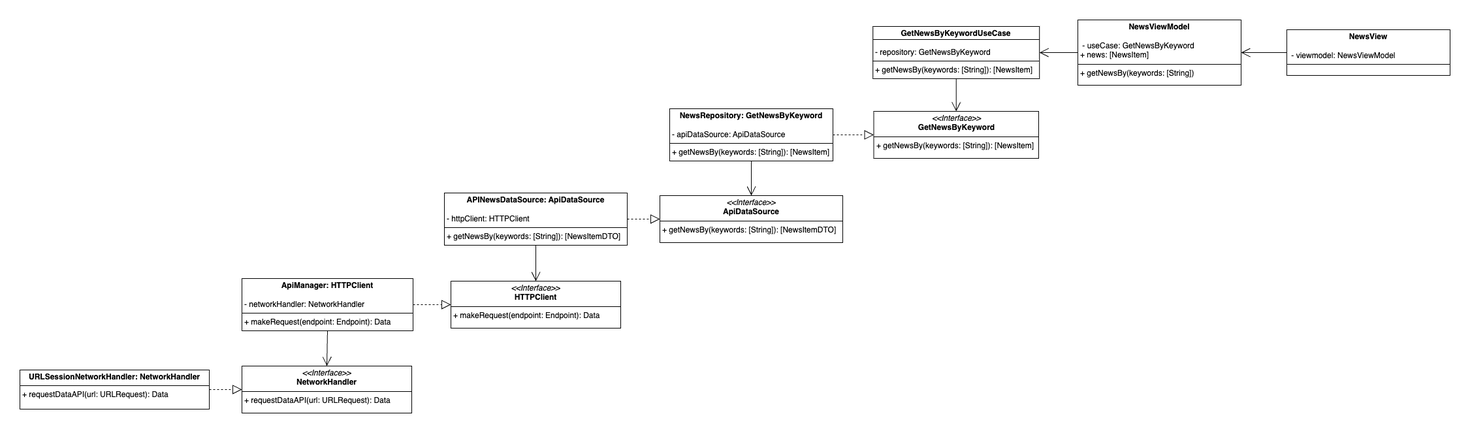
The draw.io diagram 002_clean_architecture/images/uml1_white.png in josemortizs/ArticulosTecnicos, before a commit. Source tidied: cells renumbered, new cells last; positions are measured from the earlier drawing's top-left corner, leaving out a move shared by most shapes. Its diagram source:
```xml
<mxGraphModel>
  <root>
    <mxCell id="0" />
    <mxCell id="1" parent="0" />
    <mxCell id="2" value="&lt;p style=&quot;margin:0px;margin-top:4px;text-align:center;&quot;&gt;&lt;b&gt;GetNewsByKeywordUseCase&lt;/b&gt;&lt;/p&gt;&lt;p style=&quot;margin:0px;margin-left:4px;&quot;&gt;&lt;br&gt;&lt;/p&gt;&lt;p style=&quot;margin:0px;margin-left:4px;&quot;&gt;- repository: GetNewsByKeyword&lt;/p&gt;&lt;hr size=&quot;1&quot; style=&quot;border-style:solid;&quot;&gt;&lt;p style=&quot;margin:0px;margin-left:4px;&quot;&gt;+ getNewsBy(keywords: [String]): [NewsItem]&lt;br&gt;&lt;/p&gt;" style="verticalAlign=top;align=left;overflow=fill;html=1;whiteSpace=wrap;" parent="1" vertex="1">
      <mxGeometry x="1306.2" y="10" width="255" height="80" as="geometry" />
    </mxCell>
    <mxCell id="3" style="endArrow=none;html=1;rounded=0;exitX=1;exitY=0.25;exitDx=0;exitDy=0;entryX=0;entryY=0.25;entryDx=0;entryDy=0;" parent="1" edge="1" source="2" target="2">
      <mxGeometry relative="1" as="geometry" />
    </mxCell>
    <mxCell id="4" value="&lt;p style=&quot;margin:0px;margin-top:4px;text-align:center;&quot;&gt;&lt;i&gt;&amp;lt;&amp;lt;Interface&amp;gt;&amp;gt;&lt;/i&gt;&lt;br&gt;&lt;b&gt;GetNewsByKeyword&lt;/b&gt;&lt;/p&gt;&lt;hr size=&quot;1&quot; style=&quot;border-style:solid;&quot;&gt;&lt;p style=&quot;margin:0px;margin-left:4px;&quot;&gt;&lt;span style=&quot;background-color: initial;&quot;&gt;+ getNewsBy(keywords: [String]): [&lt;/span&gt;NewsItem&lt;span style=&quot;background-color: initial;&quot;&gt;]&lt;/span&gt;&lt;br&gt;&lt;/p&gt;" style="verticalAlign=top;align=left;overflow=fill;html=1;whiteSpace=wrap;" parent="1" vertex="1">
      <mxGeometry x="1307.5" y="140" width="252.5" height="72" as="geometry" />
    </mxCell>
    <mxCell id="5" value="&lt;p style=&quot;margin:0px;margin-top:4px;text-align:center;&quot;&gt;&lt;b&gt;NewsRepository: GetNewsByKeyword&lt;/b&gt;&lt;/p&gt;&lt;p style=&quot;margin:0px;margin-left:4px;&quot;&gt;&lt;br&gt;&lt;/p&gt;&lt;p style=&quot;margin:0px;margin-left:4px;&quot;&gt;- apiDataSource: ApiDataSource&lt;/p&gt;&lt;hr size=&quot;1&quot; style=&quot;border-style:solid;&quot;&gt;&lt;p style=&quot;margin:0px;margin-left:4px;&quot;&gt;+ getNewsBy(keywords: [String]): [NewsItem]&lt;/p&gt;" style="verticalAlign=top;align=left;overflow=fill;html=1;whiteSpace=wrap;" parent="1" vertex="1">
      <mxGeometry x="995" y="136" width="250" height="80" as="geometry" />
    </mxCell>
    <mxCell id="6" style="endArrow=open;endFill=1;endSize=12;html=1;rounded=0;exitX=0.5;exitY=1;exitDx=0;exitDy=0;entryX=0.5;entryY=0;entryDx=0;entryDy=0;" parent="1" edge="1" source="2" target="4">
      <mxGeometry relative="1" as="geometry" />
    </mxCell>
    <mxCell id="7" style="endArrow=block;dashed=1;endFill=0;endSize=12;html=1;rounded=0;exitX=1;exitY=0.5;exitDx=0;exitDy=0;entryX=0;entryY=0.5;entryDx=0;entryDy=0;" parent="1" edge="1" source="5" target="4">
      <mxGeometry relative="1" as="geometry" />
    </mxCell>
    <mxCell id="8" value="&lt;p style=&quot;margin:0px;margin-top:4px;text-align:center;&quot;&gt;&lt;i&gt;&amp;lt;&amp;lt;Interface&amp;gt;&amp;gt;&lt;/i&gt;&lt;br&gt;&lt;b&gt;ApiDataSource&lt;/b&gt;&lt;/p&gt;&lt;hr size=&quot;1&quot; style=&quot;border-style:solid;&quot;&gt;&lt;p style=&quot;margin:0px;margin-left:4px;&quot;&gt;&lt;span style=&quot;background-color: initial;&quot;&gt;+ getNewsBy(keywords: [String]): [&lt;/span&gt;NewsItemDTO&lt;span style=&quot;background-color: initial;&quot;&gt;]&lt;/span&gt;&lt;br&gt;&lt;/p&gt;" style="verticalAlign=top;align=left;overflow=fill;html=1;whiteSpace=wrap;" parent="1" vertex="1">
      <mxGeometry x="980" y="269" width="280" height="72" as="geometry" />
    </mxCell>
    <mxCell id="9" style="endArrow=open;endFill=1;endSize=12;html=1;rounded=0;exitX=0.5;exitY=1;exitDx=0;exitDy=0;entryX=0.5;entryY=0;entryDx=0;entryDy=0;" parent="1" edge="1" source="5" target="8">
      <mxGeometry relative="1" as="geometry" />
    </mxCell>
    <mxCell id="10" value="&lt;p style=&quot;margin:0px;margin-top:4px;text-align:center;&quot;&gt;&lt;b&gt;APINewsDataSource: ApiDataSource&lt;/b&gt;&lt;/p&gt;&lt;p style=&quot;margin:0px;margin-left:4px;&quot;&gt;&lt;br&gt;&lt;/p&gt;&lt;p style=&quot;margin:0px;margin-left:4px;&quot;&gt;- httpClient: HTTPClient&lt;/p&gt;&lt;hr size=&quot;1&quot; style=&quot;border-style:solid;&quot;&gt;&lt;p style=&quot;margin:0px;margin-left:4px;&quot;&gt;+ getNewsBy(keywords: [String]): [NewsItemDTO&lt;span style=&quot;background-color: initial;&quot;&gt;]&lt;/span&gt;&lt;/p&gt;" style="verticalAlign=top;align=left;overflow=fill;html=1;whiteSpace=wrap;" parent="1" vertex="1">
      <mxGeometry x="650" y="265" width="280" height="80" as="geometry" />
    </mxCell>
    <mxCell id="11" style="endArrow=block;dashed=1;endFill=0;endSize=12;html=1;rounded=0;exitX=1;exitY=0.5;exitDx=0;exitDy=0;entryX=0;entryY=0.5;entryDx=0;entryDy=0;" parent="1" edge="1" source="10" target="8">
      <mxGeometry relative="1" as="geometry" />
    </mxCell>
    <mxCell id="12" value="&lt;p style=&quot;margin:0px;margin-top:4px;text-align:center;&quot;&gt;&lt;i&gt;&amp;lt;&amp;lt;Interface&amp;gt;&amp;gt;&lt;/i&gt;&lt;br&gt;&lt;b&gt;HTTPClient&lt;/b&gt;&lt;/p&gt;&lt;hr size=&quot;1&quot; style=&quot;border-style:solid;&quot;&gt;&lt;p style=&quot;margin:0px;margin-left:4px;&quot;&gt;&lt;span style=&quot;background-color: initial;&quot;&gt;+ makeRequest(endpoint: Endpoint): Data&lt;/span&gt;&lt;br&gt;&lt;/p&gt;" style="verticalAlign=top;align=left;overflow=fill;html=1;whiteSpace=wrap;" parent="1" vertex="1">
      <mxGeometry x="660" y="400" width="260" height="72" as="geometry" />
    </mxCell>
    <mxCell id="13" style="endArrow=open;endFill=1;endSize=12;html=1;rounded=0;exitX=0.5;exitY=1;exitDx=0;exitDy=0;entryX=0.5;entryY=0;entryDx=0;entryDy=0;" parent="1" edge="1" source="10" target="12">
      <mxGeometry relative="1" as="geometry" />
    </mxCell>
    <mxCell id="14" value="&lt;p style=&quot;margin:0px;margin-top:4px;text-align:center;&quot;&gt;&lt;b&gt;ApiManager: HTTPClient&lt;/b&gt;&lt;/p&gt;&lt;p style=&quot;margin:0px;margin-left:4px;&quot;&gt;&lt;br&gt;&lt;/p&gt;&lt;p style=&quot;margin:0px;margin-left:4px;&quot;&gt;- networkHandler: NetworkHandler&lt;/p&gt;&lt;hr size=&quot;1&quot; style=&quot;border-style:solid;&quot;&gt;&lt;p style=&quot;margin:0px;margin-left:4px;&quot;&gt;+ makeRequest(endpoint: Endpoint): Data&lt;br&gt;&lt;/p&gt;" style="verticalAlign=top;align=left;overflow=fill;html=1;whiteSpace=wrap;" parent="1" vertex="1">
      <mxGeometry x="340" y="396" width="262" height="80" as="geometry" />
    </mxCell>
    <mxCell id="15" style="endArrow=block;dashed=1;endFill=0;endSize=12;html=1;rounded=0;exitX=1;exitY=0.5;exitDx=0;exitDy=0;entryX=0;entryY=0.5;entryDx=0;entryDy=0;" parent="1" edge="1" source="14" target="12">
      <mxGeometry relative="1" as="geometry" />
    </mxCell>
    <mxCell id="16" value="&lt;p style=&quot;margin:0px;margin-top:4px;text-align:center;&quot;&gt;&lt;i&gt;&amp;lt;&amp;lt;Interface&amp;gt;&amp;gt;&lt;/i&gt;&lt;br&gt;&lt;b&gt;NetworkHandler&lt;/b&gt;&lt;/p&gt;&lt;hr size=&quot;1&quot; style=&quot;border-style:solid;&quot;&gt;&lt;p style=&quot;margin:0px;margin-left:4px;&quot;&gt;&lt;span style=&quot;background-color: initial;&quot;&gt;+ requestDataAPI(url: URLRequest): Data&lt;/span&gt;&lt;br&gt;&lt;/p&gt;" style="verticalAlign=top;align=left;overflow=fill;html=1;whiteSpace=wrap;" parent="1" vertex="1">
      <mxGeometry x="340" y="530" width="260" height="72" as="geometry" />
    </mxCell>
    <mxCell id="17" style="endArrow=open;endFill=1;endSize=12;html=1;rounded=0;exitX=0.5;exitY=1;exitDx=0;exitDy=0;entryX=0.5;entryY=0;entryDx=0;entryDy=0;" parent="1" edge="1" source="14" target="16">
      <mxGeometry relative="1" as="geometry" />
    </mxCell>
    <mxCell id="18" style="endArrow=block;dashed=1;endFill=0;endSize=12;html=1;rounded=0;entryX=0;entryY=0.5;entryDx=0;entryDy=0;exitX=1;exitY=0.5;exitDx=0;exitDy=0;" parent="1" edge="1" source="19" target="16">
      <mxGeometry relative="1" as="geometry" />
    </mxCell>
    <mxCell id="19" value="&lt;p style=&quot;margin: 4px 0px 0px; text-align: center;&quot;&gt;&lt;b&gt;URLSessionNetworkHandler: NetworkHandler&lt;/b&gt;&lt;/p&gt;&lt;hr size=&quot;1&quot; style=&quot;border-style:solid;&quot;&gt;&lt;p style=&quot;margin:0px;margin-left:4px;&quot;&gt;+ requestDataAPI(url: URLRequest): Data&lt;br&gt;&lt;/p&gt;" style="verticalAlign=top;align=left;overflow=fill;html=1;whiteSpace=wrap;" parent="1" vertex="1">
      <mxGeometry y="536" width="290" height="60" as="geometry" />
    </mxCell>
    <mxCell id="20" value="&lt;p style=&quot;margin:0px;margin-top:4px;text-align:center;&quot;&gt;&lt;b&gt;NewsViewModel&lt;/b&gt;&lt;/p&gt;&lt;p style=&quot;margin:0px;margin-left:4px;&quot;&gt;&lt;br&gt;&lt;/p&gt;&lt;p style=&quot;margin:0px;margin-left:4px;&quot;&gt;&amp;nbsp;- useCase: GetNewsByKeyword&lt;/p&gt;&lt;p style=&quot;margin:0px;margin-left:4px;&quot;&gt;+ news: [NewsItem]&lt;/p&gt;&lt;hr size=&quot;1&quot; style=&quot;border-style:solid;&quot;&gt;&lt;p style=&quot;margin:0px;margin-left:4px;&quot;&gt;+ getNewsBy(keywords: [String])&lt;/p&gt;" style="verticalAlign=top;align=left;overflow=fill;html=1;whiteSpace=wrap;" parent="1" vertex="1">
      <mxGeometry x="1620" width="250" height="100" as="geometry" />
    </mxCell>
    <mxCell id="21" style="endArrow=open;endFill=1;endSize=12;html=1;rounded=0;exitX=0;exitY=0.5;exitDx=0;exitDy=0;entryX=1;entryY=0.5;entryDx=0;entryDy=0;" parent="1" edge="1" source="20" target="2">
      <mxGeometry relative="1" as="geometry" />
    </mxCell>
    <mxCell id="22" value="&lt;p style=&quot;margin:0px;margin-top:4px;text-align:center;&quot;&gt;&lt;b&gt;NewsView&lt;/b&gt;&lt;/p&gt;&lt;p style=&quot;margin:0px;margin-left:4px;&quot;&gt;&lt;br&gt;&lt;/p&gt;&lt;p style=&quot;margin:0px;margin-left:4px;&quot;&gt;&amp;nbsp;- viewmodel: NewsViewModel&lt;/p&gt;&lt;hr size=&quot;1&quot; style=&quot;border-style:solid;&quot;&gt;&lt;p style=&quot;margin:0px;margin-left:4px;&quot;&gt;&amp;nbsp;&lt;/p&gt;" style="verticalAlign=top;align=left;overflow=fill;html=1;whiteSpace=wrap;" parent="1" vertex="1">
      <mxGeometry x="1940" y="15" width="250" height="70" as="geometry" />
    </mxCell>
    <mxCell id="23" style="endArrow=open;endFill=1;endSize=12;html=1;rounded=0;entryX=1;entryY=0.5;entryDx=0;entryDy=0;exitX=0;exitY=0.5;exitDx=0;exitDy=0;" parent="1" edge="1" source="22" target="20">
      <mxGeometry relative="1" as="geometry" />
    </mxCell>
  </root>
</mxGraphModel>
```
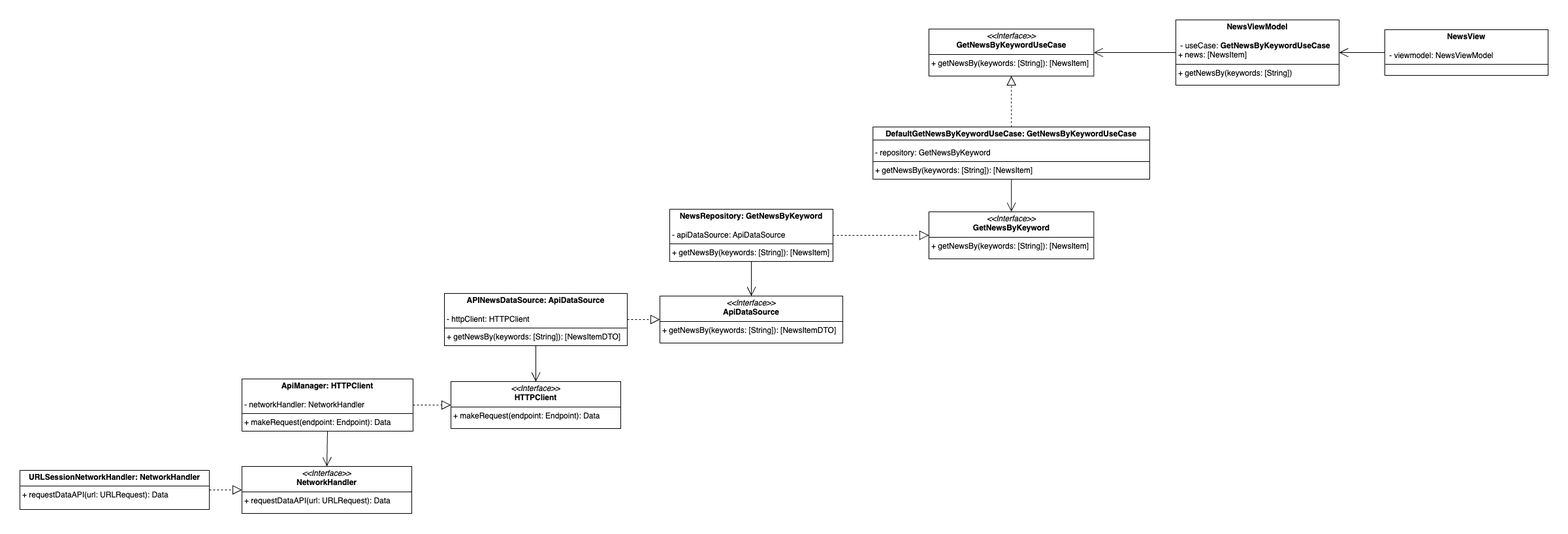
Above is the later version.

What changed in the source:
```diff
@@ -2,14 +2,14 @@
   <root>
     <mxCell id="0" />
     <mxCell id="1" parent="0" />
-    <mxCell id="2" value="&lt;p style=&quot;margin:0px;margin-top:4px;text-align:center;&quot;&gt;&lt;b&gt;GetNewsByKeywordUseCase&lt;/b&gt;&lt;/p&gt;&lt;p style=&quot;margin:0px;margin-left:4px;&quot;&gt;&lt;br&gt;&lt;/p&gt;&lt;p style=&quot;margin:0px;margin-left:4px;&quot;&gt;- repository: GetNewsByKeyword&lt;/p&gt;&lt;hr size=&quot;1&quot; style=&quot;border-style:solid;&quot;&gt;&lt;p style=&quot;margin:0px;margin-left:4px;&quot;&gt;+ getNewsBy(keywords: [String]): [NewsItem]&lt;br&gt;&lt;/p&gt;" style="verticalAlign=top;align=left;overflow=fill;html=1;whiteSpace=wrap;" parent="1" vertex="1">
-      <mxGeometry x="1306.2" y="10" width="255" height="80" as="geometry" />
+    <mxCell id="2" value="&lt;p style=&quot;margin:0px;margin-top:4px;text-align:center;&quot;&gt;&lt;b&gt;DefaultGetNewsByKeywordUseCase: GetNewsByKeywordUseCase&lt;/b&gt;&lt;/p&gt;&lt;p style=&quot;margin:0px;margin-left:4px;&quot;&gt;&lt;br&gt;&lt;/p&gt;&lt;p style=&quot;margin:0px;margin-left:4px;&quot;&gt;- repository: GetNewsByKeyword&lt;/p&gt;&lt;hr size=&quot;1&quot; style=&quot;border-style:solid;&quot;&gt;&lt;p style=&quot;margin:0px;margin-left:4px;&quot;&gt;+ getNewsBy(keywords: [String]): [NewsItem]&lt;br&gt;&lt;/p&gt;" style="verticalAlign=top;align=left;overflow=fill;html=1;whiteSpace=wrap;" parent="1" vertex="1">
+      <mxGeometry x="1306.2" y="10" width="423.8" height="80" as="geometry" />
     </mxCell>
     <mxCell id="3" style="endArrow=none;html=1;rounded=0;exitX=1;exitY=0.25;exitDx=0;exitDy=0;entryX=0;entryY=0.25;entryDx=0;entryDy=0;" parent="1" edge="1" source="2" target="2">
       <mxGeometry relative="1" as="geometry" />
     </mxCell>
     <mxCell id="4" value="&lt;p style=&quot;margin:0px;margin-top:4px;text-align:center;&quot;&gt;&lt;i&gt;&amp;lt;&amp;lt;Interface&amp;gt;&amp;gt;&lt;/i&gt;&lt;br&gt;&lt;b&gt;GetNewsByKeyword&lt;/b&gt;&lt;/p&gt;&lt;hr size=&quot;1&quot; style=&quot;border-style:solid;&quot;&gt;&lt;p style=&quot;margin:0px;margin-left:4px;&quot;&gt;&lt;span style=&quot;background-color: initial;&quot;&gt;+ getNewsBy(keywords: [String]): [&lt;/span&gt;NewsItem&lt;span style=&quot;background-color: initial;&quot;&gt;]&lt;/span&gt;&lt;br&gt;&lt;/p&gt;" style="verticalAlign=top;align=left;overflow=fill;html=1;whiteSpace=wrap;" parent="1" vertex="1">
-      <mxGeometry x="1307.5" y="140" width="252.5" height="72" as="geometry" />
+      <mxGeometry x="1391.9" y="140" width="252.5" height="72" as="geometry" />
     </mxCell>
     <mxCell id="5" value="&lt;p style=&quot;margin:0px;margin-top:4px;text-align:center;&quot;&gt;&lt;b&gt;NewsRepository: GetNewsByKeyword&lt;/b&gt;&lt;/p&gt;&lt;p style=&quot;margin:0px;margin-left:4px;&quot;&gt;&lt;br&gt;&lt;/p&gt;&lt;p style=&quot;margin:0px;margin-left:4px;&quot;&gt;- apiDataSource: ApiDataSource&lt;/p&gt;&lt;hr size=&quot;1&quot; style=&quot;border-style:solid;&quot;&gt;&lt;p style=&quot;margin:0px;margin-left:4px;&quot;&gt;+ getNewsBy(keywords: [String]): [NewsItem]&lt;/p&gt;" style="verticalAlign=top;align=left;overflow=fill;html=1;whiteSpace=wrap;" parent="1" vertex="1">
       <mxGeometry x="995" y="136" width="250" height="80" as="geometry" />
@@ -56,17 +56,23 @@
     <mxCell id="19" value="&lt;p style=&quot;margin: 4px 0px 0px; text-align: center;&quot;&gt;&lt;b&gt;URLSessionNetworkHandler: NetworkHandler&lt;/b&gt;&lt;/p&gt;&lt;hr size=&quot;1&quot; style=&quot;border-style:solid;&quot;&gt;&lt;p style=&quot;margin:0px;margin-left:4px;&quot;&gt;+ requestDataAPI(url: URLRequest): Data&lt;br&gt;&lt;/p&gt;" style="verticalAlign=top;align=left;overflow=fill;html=1;whiteSpace=wrap;" parent="1" vertex="1">
       <mxGeometry y="536" width="290" height="60" as="geometry" />
     </mxCell>
-    <mxCell id="20" value="&lt;p style=&quot;margin:0px;margin-top:4px;text-align:center;&quot;&gt;&lt;b&gt;NewsViewModel&lt;/b&gt;&lt;/p&gt;&lt;p style=&quot;margin:0px;margin-left:4px;&quot;&gt;&lt;br&gt;&lt;/p&gt;&lt;p style=&quot;margin:0px;margin-left:4px;&quot;&gt;&amp;nbsp;- useCase: GetNewsByKeyword&lt;/p&gt;&lt;p style=&quot;margin:0px;margin-left:4px;&quot;&gt;+ news: [NewsItem]&lt;/p&gt;&lt;hr size=&quot;1&quot; style=&quot;border-style:solid;&quot;&gt;&lt;p style=&quot;margin:0px;margin-left:4px;&quot;&gt;+ getNewsBy(keywords: [String])&lt;/p&gt;" style="verticalAlign=top;align=left;overflow=fill;html=1;whiteSpace=wrap;" parent="1" vertex="1">
-      <mxGeometry x="1620" width="250" height="100" as="geometry" />
+    <mxCell id="20" value="&lt;p style=&quot;margin:0px;margin-top:4px;text-align:center;&quot;&gt;&lt;b&gt;NewsViewModel&lt;/b&gt;&lt;/p&gt;&lt;p style=&quot;margin:0px;margin-left:4px;&quot;&gt;&lt;br&gt;&lt;/p&gt;&lt;p style=&quot;margin:0px;margin-left:4px;&quot;&gt;&amp;nbsp;- useCase:&amp;nbsp;&lt;b style=&quot;background-color: initial; text-align: center;&quot;&gt;GetNewsByKeywordUseCase&lt;/b&gt;&lt;/p&gt;&lt;p style=&quot;margin:0px;margin-left:4px;&quot;&gt;+ news: [NewsItem]&lt;/p&gt;&lt;hr size=&quot;1&quot; style=&quot;border-style:solid;&quot;&gt;&lt;p style=&quot;margin:0px;margin-left:4px;&quot;&gt;+ getNewsBy(keywords: [String])&lt;/p&gt;" style="verticalAlign=top;align=left;overflow=fill;html=1;whiteSpace=wrap;" parent="1" vertex="1">
+      <mxGeometry x="1770" y="-154" width="250" height="100" as="geometry" />
     </mxCell>
-    <mxCell id="21" style="endArrow=open;endFill=1;endSize=12;html=1;rounded=0;exitX=0;exitY=0.5;exitDx=0;exitDy=0;entryX=1;entryY=0.5;entryDx=0;entryDy=0;" parent="1" edge="1" source="20" target="2">
+    <mxCell id="21" style="endArrow=open;endFill=1;endSize=12;html=1;rounded=0;exitX=0;exitY=0.5;exitDx=0;exitDy=0;entryX=1;entryY=0.5;entryDx=0;entryDy=0;" parent="1" edge="1" source="20" target="24">
       <mxGeometry relative="1" as="geometry" />
     </mxCell>
     <mxCell id="22" value="&lt;p style=&quot;margin:0px;margin-top:4px;text-align:center;&quot;&gt;&lt;b&gt;NewsView&lt;/b&gt;&lt;/p&gt;&lt;p style=&quot;margin:0px;margin-left:4px;&quot;&gt;&lt;br&gt;&lt;/p&gt;&lt;p style=&quot;margin:0px;margin-left:4px;&quot;&gt;&amp;nbsp;- viewmodel: NewsViewModel&lt;/p&gt;&lt;hr size=&quot;1&quot; style=&quot;border-style:solid;&quot;&gt;&lt;p style=&quot;margin:0px;margin-left:4px;&quot;&gt;&amp;nbsp;&lt;/p&gt;" style="verticalAlign=top;align=left;overflow=fill;html=1;whiteSpace=wrap;" parent="1" vertex="1">
-      <mxGeometry x="1940" y="15" width="250" height="70" as="geometry" />
+      <mxGeometry x="2090" y="-139" width="250" height="70" as="geometry" />
     </mxCell>
     <mxCell id="23" style="endArrow=open;endFill=1;endSize=12;html=1;rounded=0;entryX=1;entryY=0.5;entryDx=0;entryDy=0;exitX=0;exitY=0.5;exitDx=0;exitDy=0;" parent="1" edge="1" source="22" target="20">
       <mxGeometry relative="1" as="geometry" />
     </mxCell>
+    <mxCell id="24" value="&lt;p style=&quot;margin:0px;margin-top:4px;text-align:center;&quot;&gt;&lt;i&gt;&amp;lt;&amp;lt;Interface&amp;gt;&amp;gt;&lt;/i&gt;&lt;br&gt;&lt;b&gt;GetNewsByKeywordUseCase&lt;/b&gt;&lt;/p&gt;&lt;hr size=&quot;1&quot; style=&quot;border-style:solid;&quot;&gt;&lt;p style=&quot;margin:0px;margin-left:4px;&quot;&gt;&lt;span style=&quot;background-color: initial;&quot;&gt;+ getNewsBy(keywords: [String]): [&lt;/span&gt;NewsItem&lt;span style=&quot;background-color: initial;&quot;&gt;]&lt;/span&gt;&lt;br&gt;&lt;/p&gt;" style="verticalAlign=top;align=left;overflow=fill;html=1;whiteSpace=wrap;" parent="1" vertex="1">
+      <mxGeometry x="1391.9" y="-140" width="252.5" height="72" as="geometry" />
+    </mxCell>
+    <mxCell id="25" style="endArrow=block;dashed=1;endFill=0;endSize=12;html=1;rounded=0;exitX=0.5;exitY=0;exitDx=0;exitDy=0;entryX=0.5;entryY=1;entryDx=0;entryDy=0;" parent="1" edge="1" source="2" target="24">
+      <mxGeometry relative="1" as="geometry" />
+    </mxCell>
   </root>
 </mxGraphModel>
```
